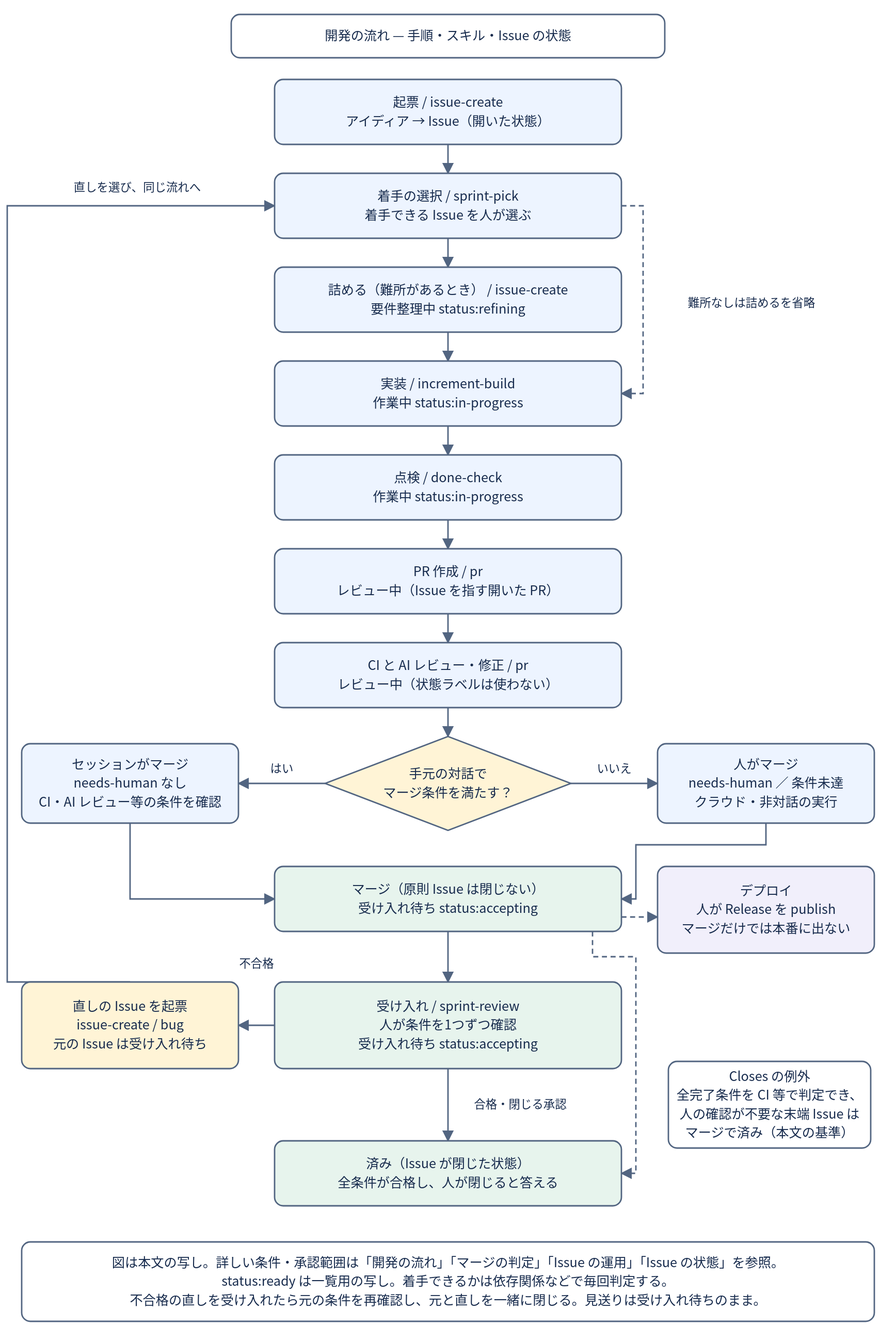
banmen-dev/app keeps this draw.io diagram as docs/development-flow.drawio.svg. Above is the earlier version. Source tidied: cells renumbered, new cells last; positions are measured from the earlier drawing's top-left corner, leaving out a move shared by most shapes.
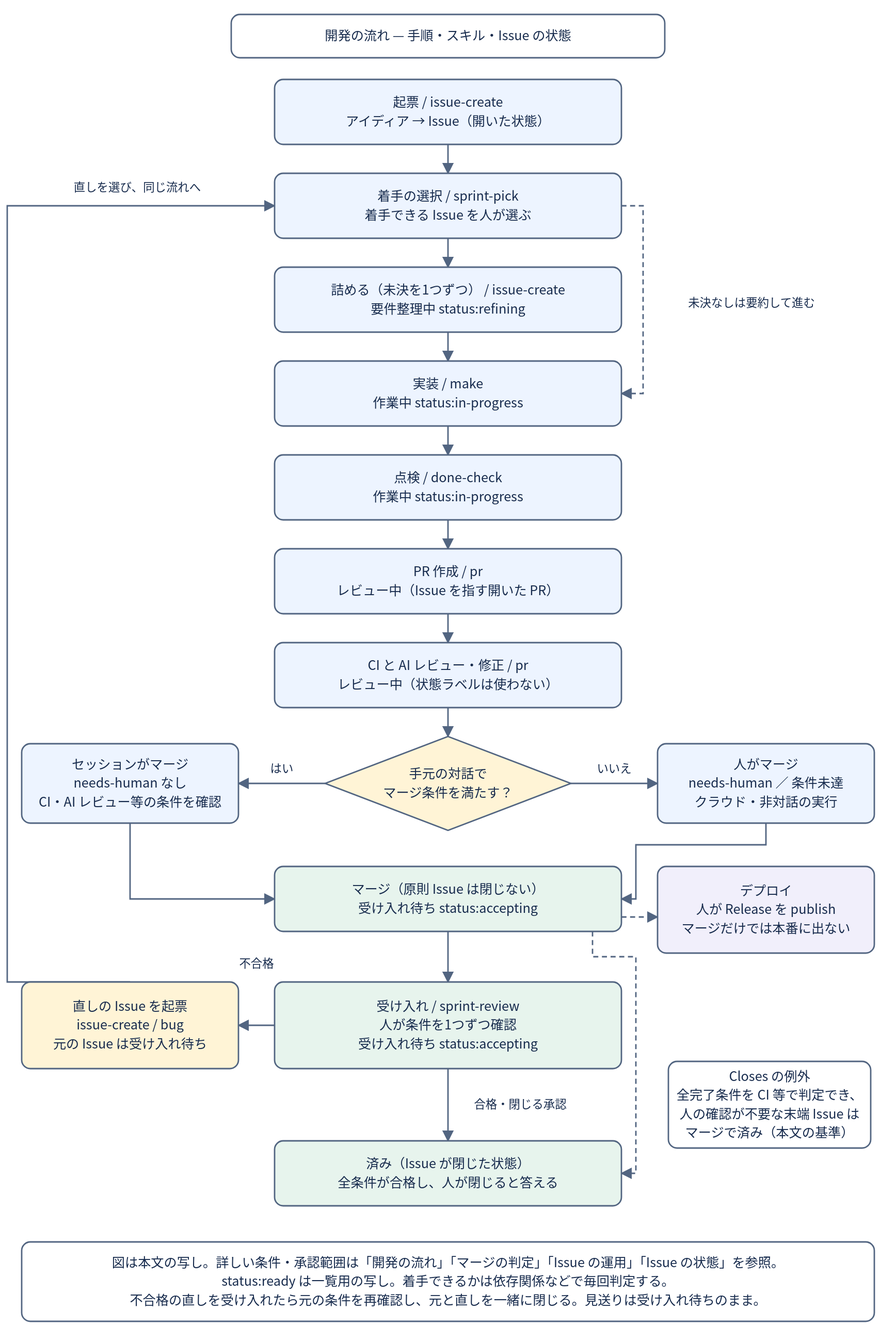
After the commit.

Change to the diagram source:
```diff
@@ -11,10 +11,10 @@
     <mxCell id="4" value="着手の選択  /  sprint-pick&#10;着手できる Issue を人が選ぶ" style="rounded=1;whiteSpace=wrap;html=0;fillColor=#edf4ff;strokeColor=#526581;fontColor=#172b4d;fontFamily=Noto Sans CJK JP;fontSize=18;" parent="1" vertex="1">
       <mxGeometry x="370" y="220" width="480" height="90" as="geometry" />
     </mxCell>
-    <mxCell id="5" value="詰める（難所があるとき） / issue-create&#10;要件整理中  status:refining" style="rounded=1;whiteSpace=wrap;html=0;fillColor=#edf4ff;strokeColor=#526581;fontColor=#172b4d;fontFamily=Noto Sans CJK JP;fontSize=18;" parent="1" vertex="1">
+    <mxCell id="5" value="詰める（未決を1つずつ） / issue-create&#10;要件整理中  status:refining" style="rounded=1;whiteSpace=wrap;html=0;fillColor=#edf4ff;strokeColor=#526581;fontColor=#172b4d;fontFamily=Noto Sans CJK JP;fontSize=18;" parent="1" vertex="1">
       <mxGeometry x="370" y="350" width="480" height="90" as="geometry" />
     </mxCell>
-    <mxCell id="6" value="実装  /  increment-build&#10;作業中  status:in-progress" style="rounded=1;whiteSpace=wrap;html=0;fillColor=#edf4ff;strokeColor=#526581;fontColor=#172b4d;fontFamily=Noto Sans CJK JP;fontSize=18;" parent="1" vertex="1">
+    <mxCell id="6" value="実装  /  make&#10;作業中  status:in-progress" style="rounded=1;whiteSpace=wrap;html=0;fillColor=#edf4ff;strokeColor=#526581;fontColor=#172b4d;fontFamily=Noto Sans CJK JP;fontSize=18;" parent="1" vertex="1">
       <mxGeometry x="370" y="480" width="480" height="90" as="geometry" />
     </mxCell>
     <mxCell id="7" value="点検  /  done-check&#10;作業中  status:in-progress" style="rounded=1;whiteSpace=wrap;html=0;fillColor=#edf4ff;strokeColor=#526581;fontColor=#172b4d;fontFamily=Noto Sans CJK JP;fontSize=18;" parent="1" vertex="1">
@@ -68,7 +68,7 @@
     <mxCell id="23" style="edgeStyle=none;html=0;endArrow=block;strokeColor=#526581;fontColor=#172b4d;fontSize=16;" parent="1" edge="1" source="8" target="9">
       <mxGeometry relative="1" as="geometry" />
     </mxCell>
-    <mxCell id="24" value="難所なしは詰めるを省略" style="edgeStyle=none;html=0;endArrow=block;strokeColor=#526581;fontColor=#172b4d;fontSize=16;dashed=1;" parent="1" edge="1" source="4" target="6">
+    <mxCell id="24" value="未決なしは要約して進む" style="edgeStyle=none;html=0;endArrow=block;strokeColor=#526581;fontColor=#172b4d;fontSize=16;dashed=1;" parent="1" edge="1" source="4" target="6">
       <mxGeometry relative="1" as="geometry">
         <Array as="points">
           <mxPoint x="880" y="265" />
```
